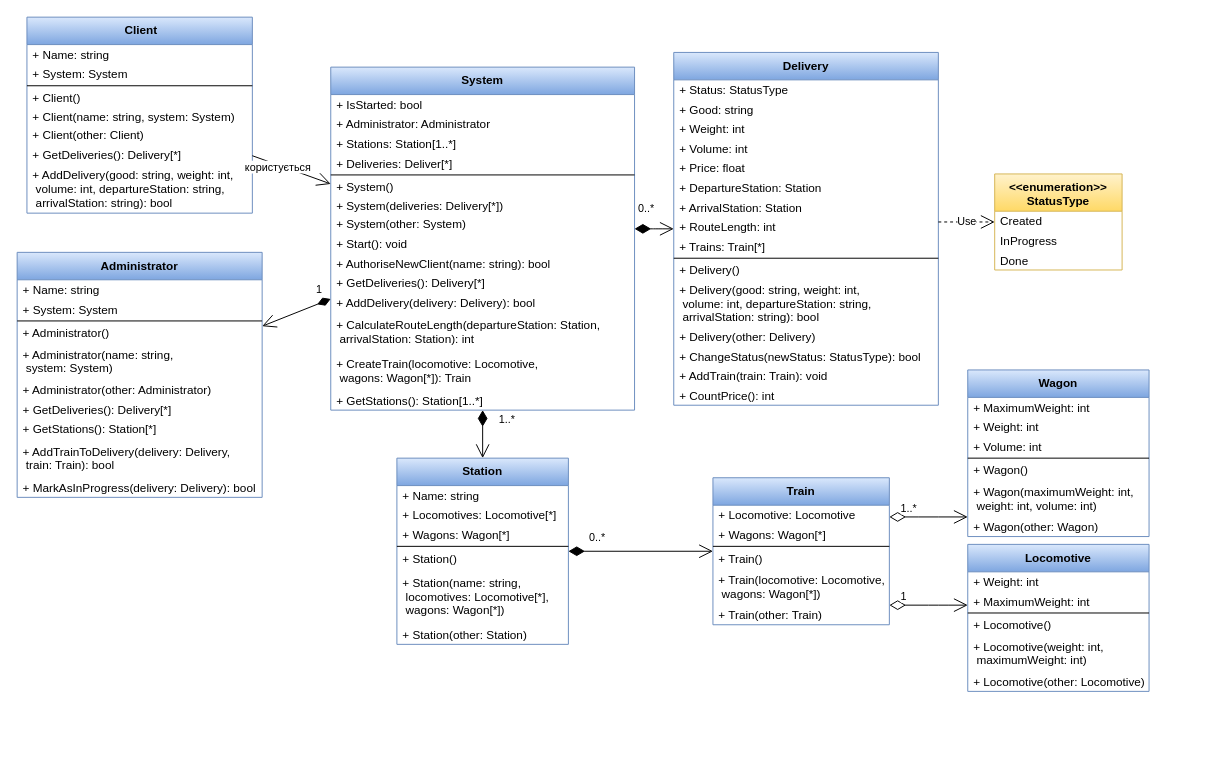
The draw.io diagram page "Class diagram" (3 of 3) of Object diagram.drawio in AndrryArmor/RailwayLogisticsSite, before the edit. Source tidied: cells renumbered, new cells numbered last; positions are measured from the earlier drawing's top-left corner, leaving out a move shared by most shapes. Both pictures are drawn from the tidied source at 98%, with x=0, y=0 at pixel (17, 17).
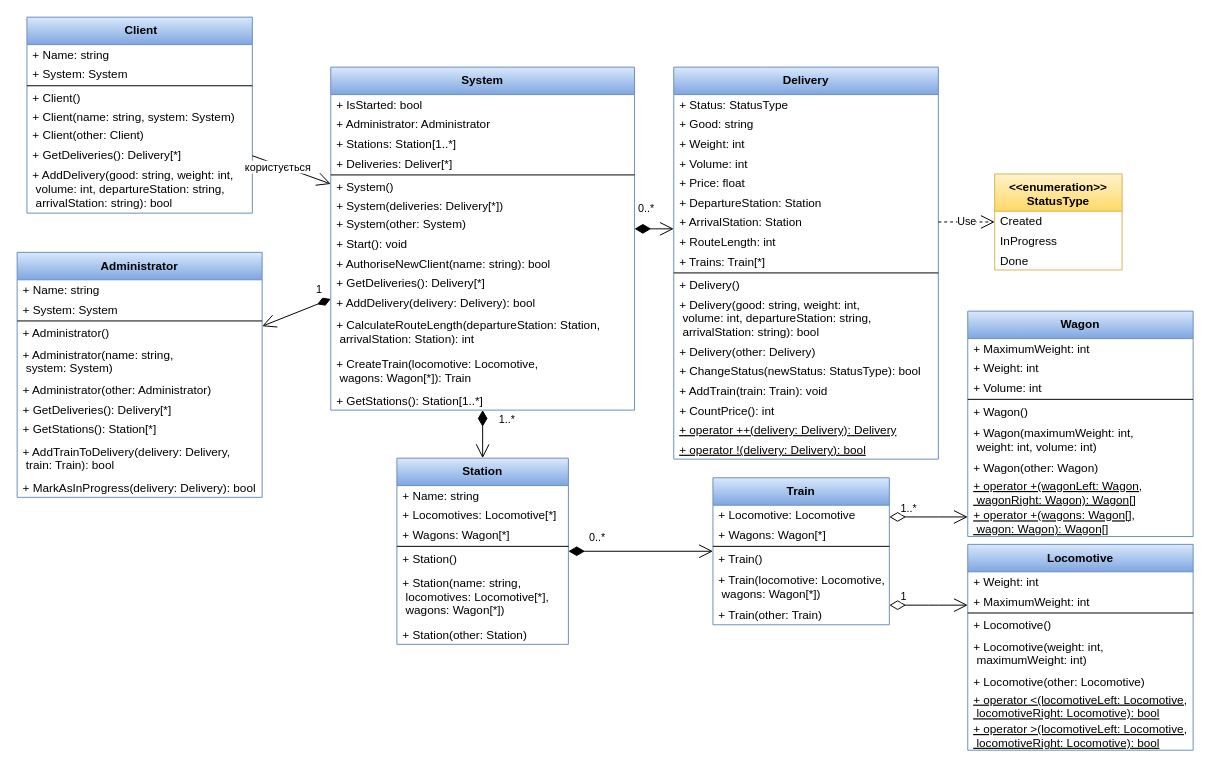
After the change.

The edit, as a diff of the source:
```diff
@@
     <mxCell id="27" value="Delivery" style="swimlane;fontStyle=1;align=center;verticalAlign=top;horizontal=1;startSize=28;gradientColor=#7ea6e0;fillColor=#dae8fc;strokeColor=#6c8ebf;" parent="1" vertex="1">
-      <mxGeometry x="670" y="36" width="270" height="360" as="geometry" />
+      <mxGeometry x="670" y="51" width="270" height="400" as="geometry" />
     </mxCell>
@@
+    <mxCell id="100" value="+ CountPrice(): int" style="text;strokeColor=none;fillColor=none;align=left;verticalAlign=middle;spacingLeft=4;spacingRight=4;overflow=hidden;" parent="27" vertex="1">
+      <mxGeometry y="340" width="270" height="20" as="geometry" />
+    </mxCell>
+    <mxCell id="101" value="+ operator ++(delivery: Delivery): Delivery" style="text;strokeColor=none;fillColor=none;align=left;verticalAlign=middle;spacingLeft=4;spacingRight=4;overflow=hidden;fontStyle=4;" parent="27" vertex="1">
+      <mxGeometry y="360" width="270" height="20" as="geometry" />
+    </mxCell>
-    <mxCell id="43" value="+ CountPrice(): int" style="text;strokeColor=none;fillColor=none;align=left;verticalAlign=middle;spacingLeft=4;spacingRight=4;overflow=hidden;" parent="27" vertex="1">
-      <mxGeometry y="340" width="270" height="20" as="geometry" />
+    <mxCell id="43" value="+ operator !(delivery: Delivery): bool" style="text;strokeColor=none;fillColor=none;align=left;verticalAlign=middle;spacingLeft=4;spacingRight=4;overflow=hidden;fontStyle=4;" parent="27" vertex="1">
+      <mxGeometry y="380" width="270" height="20" as="geometry" />
     </mxCell>
@@
     <mxCell id="62" value="Locomotive" style="swimlane;fontStyle=1;align=center;verticalAlign=top;horizontal=1;startSize=28;gradientColor=#7ea6e0;fillColor=#dae8fc;strokeColor=#6c8ebf;" parent="1" vertex="1">
-      <mxGeometry x="970" y="538" width="185" height="150" as="geometry" />
+      <mxGeometry x="970" y="538" width="230" height="210" as="geometry" />
     </mxCell>
     <mxCell id="63" value="+ Weight: int" style="text;strokeColor=none;fillColor=none;align=left;verticalAlign=middle;spacingLeft=4;spacingRight=4;overflow=hidden;" parent="62" vertex="1">
-      <mxGeometry y="28" width="185" height="20" as="geometry" />
+      <mxGeometry y="28" width="230" height="20" as="geometry" />
     </mxCell>
     <mxCell id="64" value="+ MaximumWeight: int" style="text;strokeColor=none;fillColor=none;align=left;verticalAlign=middle;spacingLeft=4;spacingRight=4;overflow=hidden;" parent="62" vertex="1">
-      <mxGeometry y="48" width="185" height="20" as="geometry" />
+      <mxGeometry y="48" width="230" height="20" as="geometry" />
     </mxCell>
     <mxCell id="65" style="line;strokeWidth=1;fillColor=none;align=left;verticalAlign=middle;spacingTop=-1;spacingLeft=3;spacingRight=3;labelPosition=right;" parent="62" vertex="1">
-      <mxGeometry y="68" width="185" height="4" as="geometry" />
+      <mxGeometry y="68" width="230" height="4" as="geometry" />
     </mxCell>
     <mxCell id="66" value="+ Locomotive()" style="text;strokeColor=none;fillColor=none;align=left;verticalAlign=middle;spacingLeft=4;spacingRight=4;overflow=hidden;" parent="62" vertex="1">
-      <mxGeometry y="72" width="185" height="20" as="geometry" />
+      <mxGeometry y="72" width="230" height="20" as="geometry" />
     </mxCell>
     <mxCell id="67" value="+ Locomotive(weight: int,&#10; maximumWeight: int)" style="text;strokeColor=none;fillColor=none;align=left;verticalAlign=middle;spacingLeft=4;spacingRight=4;overflow=hidden;" parent="62" vertex="1">
-      <mxGeometry y="92" width="185" height="38" as="geometry" />
+      <mxGeometry y="92" width="230" height="38" as="geometry" />
     </mxCell>
     <mxCell id="68" value="+ Locomotive(other: Locomotive)" style="text;strokeColor=none;fillColor=none;align=left;verticalAlign=middle;spacingLeft=4;spacingRight=4;overflow=hidden;" parent="62" vertex="1">
-      <mxGeometry y="130" width="185" height="20" as="geometry" />
+      <mxGeometry y="130" width="230" height="20" as="geometry" />
     </mxCell>
+    <mxCell id="102" value="+ operator &lt;(locomotiveLeft: Locomotive,&#10; locomotiveRight: Locomotive): bool" style="text;strokeColor=none;fillColor=none;align=left;verticalAlign=middle;spacingLeft=4;spacingRight=4;overflow=hidden;fontStyle=4;" parent="62" vertex="1">
+      <mxGeometry y="150" width="230" height="30" as="geometry" />
+    </mxCell>
+    <mxCell id="103" value="+ operator &gt;(locomotiveLeft: Locomotive,&#10; locomotiveRight: Locomotive): bool" style="text;strokeColor=none;fillColor=none;align=left;verticalAlign=middle;spacingLeft=4;spacingRight=4;overflow=hidden;fontStyle=4;" parent="62" vertex="1">
+      <mxGeometry y="180" width="230" height="30" as="geometry" />
+    </mxCell>
     <mxCell id="69" value="Wagon" style="swimlane;fontStyle=1;align=center;verticalAlign=top;horizontal=1;startSize=28;gradientColor=#7ea6e0;fillColor=#dae8fc;strokeColor=#6c8ebf;" parent="1" vertex="1">
-      <mxGeometry x="970" y="360" width="185" height="170" as="geometry" />
+      <mxGeometry x="970" y="300" width="230" height="230" as="geometry" />
     </mxCell>
     <mxCell id="70" value="+ MaximumWeight: int" style="text;strokeColor=none;fillColor=none;align=left;verticalAlign=middle;spacingLeft=4;spacingRight=4;overflow=hidden;" parent="69" vertex="1">
-      <mxGeometry y="28" width="185" height="20" as="geometry" />
+      <mxGeometry y="28" width="230" height="20" as="geometry" />
     </mxCell>
     <mxCell id="71" value="+ Weight: int" style="text;strokeColor=none;fillColor=none;align=left;verticalAlign=middle;spacingLeft=4;spacingRight=4;overflow=hidden;" parent="69" vertex="1">
-      <mxGeometry y="48" width="185" height="20" as="geometry" />
+      <mxGeometry y="48" width="230" height="20" as="geometry" />
     </mxCell>
     <mxCell id="72" value="+ Volume: int" style="text;strokeColor=none;fillColor=none;align=left;verticalAlign=middle;spacingLeft=4;spacingRight=4;overflow=hidden;" parent="69" vertex="1">
-      <mxGeometry y="68" width="185" height="20" as="geometry" />
+      <mxGeometry y="68" width="230" height="20" as="geometry" />
     </mxCell>
     <mxCell id="73" style="line;strokeWidth=1;fillColor=none;align=left;verticalAlign=middle;spacingTop=-1;spacingLeft=3;spacingRight=3;labelPosition=right;" parent="69" vertex="1">
-      <mxGeometry y="88" width="185" height="4" as="geometry" />
+      <mxGeometry y="88" width="230" height="4" as="geometry" />
     </mxCell>
     <mxCell id="74" value="+ Wagon()" style="text;strokeColor=none;fillColor=none;align=left;verticalAlign=middle;spacingLeft=4;spacingRight=4;overflow=hidden;" parent="69" vertex="1">
-      <mxGeometry y="92" width="185" height="20" as="geometry" />
+      <mxGeometry y="92" width="230" height="20" as="geometry" />
     </mxCell>
     <mxCell id="75" value="+ Wagon(maximumWeight: int,&#10; weight: int, volume: int)" style="text;strokeColor=none;fillColor=none;align=left;verticalAlign=middle;spacingLeft=4;spacingRight=4;overflow=hidden;" parent="69" vertex="1">
-      <mxGeometry y="112" width="185" height="38" as="geometry" />
+      <mxGeometry y="112" width="230" height="38" as="geometry" />
     </mxCell>
     <mxCell id="76" value="+ Wagon(other: Wagon)" style="text;strokeColor=none;fillColor=none;align=left;verticalAlign=middle;spacingLeft=4;spacingRight=4;overflow=hidden;" parent="69" vertex="1">
-      <mxGeometry y="150" width="185" height="20" as="geometry" />
+      <mxGeometry y="150" width="230" height="20" as="geometry" />
     </mxCell>
+    <mxCell id="104" value="+ operator +(wagonLeft: Wagon,&#10; wagonRight: Wagon): Wagon[]" style="text;strokeColor=none;fillColor=none;align=left;verticalAlign=middle;spacingLeft=4;spacingRight=4;overflow=hidden;fontStyle=4;" parent="69" vertex="1">
+      <mxGeometry y="170" width="230" height="30" as="geometry" />
+    </mxCell>
+    <mxCell id="105" value="+ operator +(wagons: Wagon[],&#10; wagon: Wagon): Wagon[]" style="text;strokeColor=none;fillColor=none;align=left;verticalAlign=middle;spacingLeft=4;spacingRight=4;overflow=hidden;fontStyle=4;" parent="69" vertex="1">
+      <mxGeometry y="200" width="230" height="30" as="geometry" />
+    </mxCell>
```
